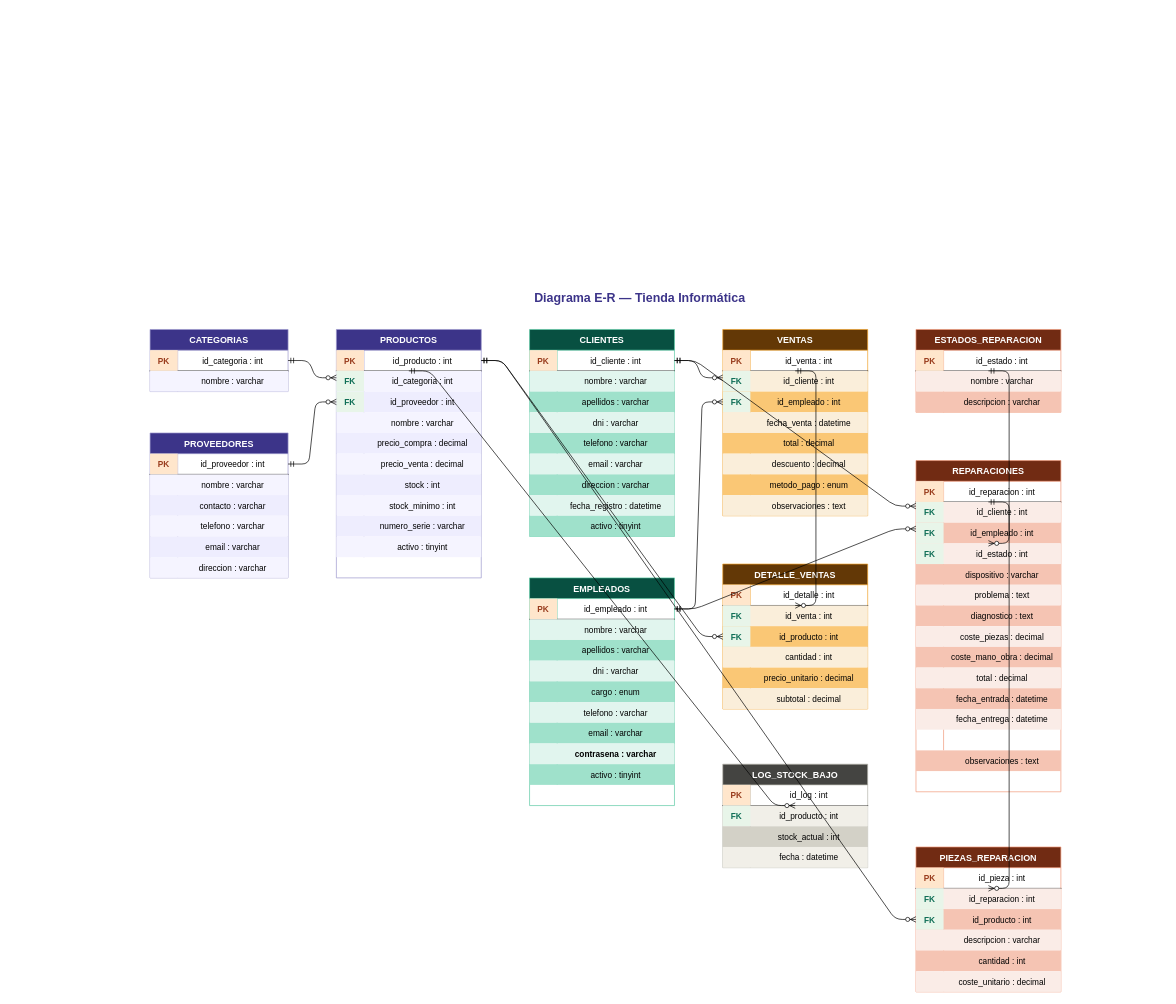
ivansc06/DesafioCSI1-Grupo1 keeps this draw.io diagram as Base_De_Datos/er_tienda_informatica.drawio. Above is the earlier version. Source tidied: cells renumbered, new cells numbered last; positions are measured from the earlier drawing's top-left corner, leaving out a move shared by most shapes. Both pictures are drawn from the tidied source at 69%, with x=0, y=0 at pixel (150, 288).
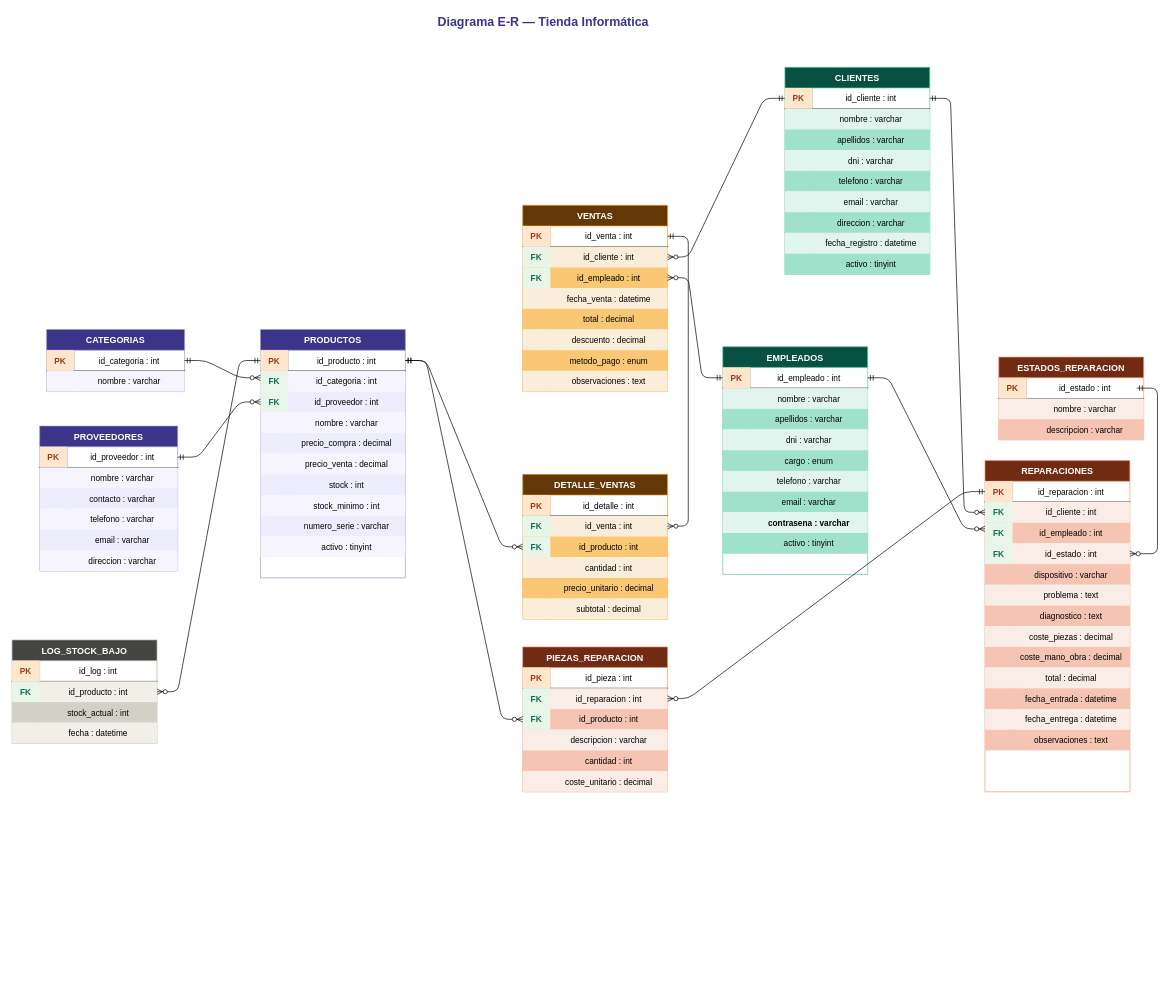
The same page after the edit.

Commit message:
Actualización del diagrama E-R, he terminado de hacer las relaciones

Unchanged cells that the change refers to:
```xml
<mxCell id="30" style="shape=tableRow;horizontal=0;startSize=0;swimlaneHead=0;swimlaneBody=0;fillColor=none;points=[[0,0.5],[1,0.5]];portConstraint=eastwest;fontSize=12;top=0;left=0;right=0;bottom=1;" parent="29" vertex="1">
  <mxGeometry y="30" width="210" height="30" as="geometry" />
</mxCell>
<mxCell id="61" style="shape=tableRow;horizontal=0;startSize=0;swimlaneHead=0;swimlaneBody=0;fillColor=none;points=[[0,0.5],[1,0.5]];portConstraint=eastwest;fontSize=12;top=0;left=0;right=0;bottom=1;" parent="60" vertex="1">
  <mxGeometry y="30" width="210" height="30" as="geometry" />
</mxCell>
<mxCell id="89" style="shape=tableRow;horizontal=0;startSize=0;swimlaneHead=0;swimlaneBody=0;fillColor=none;points=[[0,0.5],[1,0.5]];portConstraint=eastwest;fontSize=12;top=0;left=0;right=0;bottom=1;" parent="88" vertex="1">
  <mxGeometry y="30" width="210" height="30" as="geometry" />
</mxCell>
<mxCell id="117" style="shape=tableRow;horizontal=0;startSize=0;swimlaneHead=0;swimlaneBody=0;fillColor=none;points=[[0,0.5],[1,0.5]];portConstraint=eastwest;fontSize=12;top=0;left=0;right=0;bottom=1;" parent="116" vertex="1">
  <mxGeometry y="30" width="210" height="30" as="geometry" />
</mxCell>
<mxCell id="120" style="shape=tableRow;horizontal=0;startSize=0;swimlaneHead=0;swimlaneBody=0;fillColor=#FAEEDA;points=[[0,0.5],[1,0.5]];portConstraint=eastwest;fontSize=12;top=0;left=0;right=0;bottom=0;" parent="116" vertex="1">
  <mxGeometry y="60" width="210" height="30" as="geometry" />
</mxCell>
<mxCell id="123" style="shape=tableRow;horizontal=0;startSize=0;swimlaneHead=0;swimlaneBody=0;fillColor=#FAC775;points=[[0,0.5],[1,0.5]];portConstraint=eastwest;fontSize=12;top=0;left=0;right=0;bottom=0;" parent="116" vertex="1">
  <mxGeometry y="90" width="210" height="30" as="geometry" />
</mxCell>
<mxCell id="145" style="shape=tableRow;horizontal=0;startSize=0;swimlaneHead=0;swimlaneBody=0;fillColor=#FAEEDA;points=[[0,0.5],[1,0.5]];portConstraint=eastwest;fontSize=12;top=0;left=0;right=0;bottom=0;" parent="141" vertex="1">
  <mxGeometry y="60" width="210" height="30" as="geometry" />
</mxCell>
<mxCell id="161" style="shape=tableRow;horizontal=0;startSize=0;swimlaneHead=0;swimlaneBody=0;fillColor=none;points=[[0,0.5],[1,0.5]];portConstraint=eastwest;fontSize=12;top=0;left=0;right=0;bottom=1;" parent="160" vertex="1">
  <mxGeometry y="30" width="210" height="30" as="geometry" />
</mxCell>
<mxCell id="171" style="shape=tableRow;horizontal=0;startSize=0;swimlaneHead=0;swimlaneBody=0;fillColor=none;points=[[0,0.5],[1,0.5]];portConstraint=eastwest;fontSize=12;top=0;left=0;right=0;bottom=1;" parent="170" vertex="1">
  <mxGeometry y="30" width="210" height="30" as="geometry" />
</mxCell>
<mxCell id="174" style="shape=tableRow;horizontal=0;startSize=0;swimlaneHead=0;swimlaneBody=0;fillColor=#FAECE7;points=[[0,0.5],[1,0.5]];portConstraint=eastwest;fontSize=12;top=0;left=0;right=0;bottom=0;" parent="170" vertex="1">
  <mxGeometry y="60" width="210" height="30" as="geometry" />
</mxCell>
<mxCell id="180" style="shape=tableRow;horizontal=0;startSize=0;swimlaneHead=0;swimlaneBody=0;fillColor=#FAECE7;points=[[0,0.5],[1,0.5]];portConstraint=eastwest;fontSize=12;top=0;left=0;right=0;bottom=0;" parent="170" vertex="1">
  <mxGeometry y="120" width="210" height="30" as="geometry" />
</mxCell>
<mxCell id="214" style="shape=tableRow;horizontal=0;startSize=0;swimlaneHead=0;swimlaneBody=0;fillColor=#FAECE7;points=[[0,0.5],[1,0.5]];portConstraint=eastwest;fontSize=12;top=0;left=0;right=0;bottom=0;" parent="210" vertex="1">
  <mxGeometry y="60" width="210" height="30" as="geometry" />
</mxCell>
<mxCell id="217" style="shape=tableRow;horizontal=0;startSize=0;swimlaneHead=0;swimlaneBody=0;fillColor=#F5C4B3;points=[[0,0.5],[1,0.5]];portConstraint=eastwest;fontSize=12;top=0;left=0;right=0;bottom=0;" parent="210" vertex="1">
  <mxGeometry y="90" width="210" height="30" as="geometry" />
</mxCell>
<mxCell id="233" style="shape=tableRow;horizontal=0;startSize=0;swimlaneHead=0;swimlaneBody=0;fillColor=#F1EFE8;points=[[0,0.5],[1,0.5]];portConstraint=eastwest;fontSize=12;top=0;left=0;right=0;bottom=0;" parent="229" vertex="1">
  <mxGeometry y="60" width="210" height="30" as="geometry" />
</mxCell>
```

What changed in the source:
```diff
@@
     <mxCell id="2" value="Diagrama E-R — Tienda Informática" style="text;html=1;strokeColor=none;fillColor=none;align=center;verticalAlign=middle;whiteSpace=wrap;rounded=0;fontSize=18;fontStyle=1;fontColor=#3C3489;" parent="1" vertex="1">
-      <mxGeometry x="360" width="700" height="30" as="geometry" />
+      <mxGeometry x="220" y="-400" width="700" height="30" as="geometry" />
     </mxCell>
     <mxCell id="3" value="CATEGORIAS" style="shape=table;startSize=30;childLayout=tableLayout;rowLines=0;fontStyle=1;align=center;fontSize=13;fillColor=#3C3489;fontColor=#ffffff;strokeColor=#9B97CC;" parent="1" vertex="1">
-      <mxGeometry y="60" width="200" height="90" as="geometry" />
+      <mxGeometry x="-150" y="60" width="200" height="90" as="geometry" />
     </mxCell>
@@
     <mxCell id="10" value="PROVEEDORES" style="shape=table;startSize=30;childLayout=tableLayout;rowLines=0;fontStyle=1;align=center;fontSize=13;fillColor=#3C3489;fontColor=#ffffff;strokeColor=#9B97CC;" parent="1" vertex="1">
-      <mxGeometry y="210" width="200" height="210" as="geometry" />
+      <mxGeometry x="-160" y="200" width="200" height="210" as="geometry" />
     </mxCell>
@@
     <mxCell id="29" value="PRODUCTOS" style="shape=table;startSize=30;childLayout=tableLayout;rowLines=0;fontStyle=1;align=center;fontSize=13;fillColor=#3C3489;fontColor=#ffffff;strokeColor=#9B97CC;" parent="1" vertex="1">
-      <mxGeometry x="270" y="60" width="210" height="360" as="geometry" />
+      <mxGeometry x="160" y="60" width="210" height="360" as="geometry" />
     </mxCell>
@@
     <mxCell id="60" value="CLIENTES" style="shape=table;startSize=30;childLayout=tableLayout;rowLines=0;fontStyle=1;align=center;fontSize=13;fillColor=#085041;fontColor=#ffffff;strokeColor=#5DCAA5;" parent="1" vertex="1">
-      <mxGeometry x="550" y="60" width="210" height="300" as="geometry" />
+      <mxGeometry x="920" y="-320" width="210" height="300" as="geometry" />
     </mxCell>
@@
     <mxCell id="88" value="EMPLEADOS" style="shape=table;startSize=30;childLayout=tableLayout;rowLines=0;fontStyle=1;align=center;fontSize=13;fillColor=#085041;fontColor=#ffffff;strokeColor=#5DCAA5;" parent="1" vertex="1">
-      <mxGeometry x="550" y="420" width="210" height="330" as="geometry" />
+      <mxGeometry x="830" y="85" width="210" height="330" as="geometry" />
     </mxCell>
@@
     <mxCell id="116" value="VENTAS" style="shape=table;startSize=30;childLayout=tableLayout;rowLines=0;fontStyle=1;align=center;fontSize=13;fillColor=#633806;fontColor=#ffffff;strokeColor=#EF9F27;" parent="1" vertex="1">
-      <mxGeometry x="830" y="60" width="210" height="270" as="geometry" />
+      <mxGeometry x="540" y="-120" width="210" height="270" as="geometry" />
     </mxCell>
@@
     <mxCell id="141" value="DETALLE_VENTAS" style="shape=table;startSize=30;childLayout=tableLayout;rowLines=0;fontStyle=1;align=center;fontSize=13;fillColor=#633806;fontColor=#ffffff;strokeColor=#EF9F27;" parent="1" vertex="1">
-      <mxGeometry x="830" y="400" width="210" height="210" as="geometry" />
+      <mxGeometry x="540" y="270" width="210" height="210" as="geometry" />
     </mxCell>
@@
     <mxCell id="160" value="ESTADOS_REPARACION" style="shape=table;startSize=30;childLayout=tableLayout;rowLines=0;fontStyle=1;align=center;fontSize=13;fillColor=#712B13;fontColor=#ffffff;strokeColor=#F0997B;" parent="1" vertex="1">
-      <mxGeometry x="1110" y="60" width="210" height="120" as="geometry" />
+      <mxGeometry x="1230" y="100" width="210" height="120" as="geometry" />
     </mxCell>
@@
     <mxCell id="170" value="REPARACIONES" style="shape=table;startSize=30;childLayout=tableLayout;rowLines=0;fontStyle=1;align=center;fontSize=13;fillColor=#712B13;fontColor=#ffffff;strokeColor=#F0997B;" parent="1" vertex="1">
-      <mxGeometry x="1110" y="250" width="210" height="480" as="geometry" />
+      <mxGeometry x="1210" y="250" width="210" height="480" as="geometry" />
     </mxCell>
@@
     <mxCell id="207" style="shape=tableRow;horizontal=0;startSize=0;swimlaneHead=0;swimlaneBody=0;fillColor=#F5C4B3;fontSize=12;top=0;left=0;right=0;bottom=0;" parent="170" vertex="1">
-      <mxGeometry y="420" width="210" height="30" as="geometry" />
+      <mxGeometry y="390" width="210" height="30" as="geometry" />
     </mxCell>
@@
     <mxCell id="210" value="PIEZAS_REPARACION" style="shape=table;startSize=30;childLayout=tableLayout;rowLines=0;fontStyle=1;align=center;fontSize=13;fillColor=#712B13;fontColor=#ffffff;strokeColor=#F0997B;" parent="1" vertex="1">
-      <mxGeometry x="1110" y="810" width="210" height="210" as="geometry" />
+      <mxGeometry x="540" y="520" width="210" height="210" as="geometry" />
     </mxCell>
@@
     <mxCell id="229" value="LOG_STOCK_BAJO" style="shape=table;startSize=30;childLayout=tableLayout;rowLines=0;fontStyle=1;align=center;fontSize=13;fillColor=#444441;fontColor=#ffffff;strokeColor=#B4B2A9;" parent="1" vertex="1">
-      <mxGeometry x="830" y="690" width="210" height="150" as="geometry" />
+      <mxGeometry x="-200" y="510" width="210" height="150" as="geometry" />
     </mxCell>
@@
-    <mxCell id="244" style="edgeStyle=entityRelationEdgeStyle;endArrow=ERzeroToMany;startArrow=ERmandOne;exitX=1;exitY=0.5;entryX=0;entryY=0.333;" parent="1" edge="1" source="61" target="120">
+    <mxCell id="244" style="edgeStyle=entityRelationEdgeStyle;endArrow=ERzeroToMany;startArrow=ERmandOne;exitX=0;exitY=0.5;exitDx=0;exitDy=0;entryX=1;entryY=0.5;entryDx=0;entryDy=0;" parent="1" edge="1" source="61" target="120">
       <mxGeometry relative="1" as="geometry" />
     </mxCell>
-    <mxCell id="245" style="edgeStyle=entityRelationEdgeStyle;endArrow=ERzeroToMany;startArrow=ERmandOne;exitX=1;exitY=0.5;entryX=0;entryY=0.5;" parent="1" edge="1" source="89" target="123">
+    <mxCell id="245" style="edgeStyle=entityRelationEdgeStyle;endArrow=ERzeroToMany;startArrow=ERmandOne;exitX=0;exitY=0.5;entryX=1;entryY=0.5;entryDx=0;entryDy=0;exitDx=0;exitDy=0;" parent="1" edge="1" source="89" target="123">
       <mxGeometry relative="1" as="geometry" />
     </mxCell>
-    <mxCell id="246" style="edgeStyle=entityRelationEdgeStyle;endArrow=ERzeroToMany;startArrow=ERmandOne;exitX=0.5;exitY=1;entryX=0.5;entryY=0;" parent="1" edge="1" source="117" target="145">
-      <mxGeometry relative="1" as="geometry" />
+    <mxCell id="246" style="edgeStyle=entityRelationEdgeStyle;endArrow=ERzeroToMany;startArrow=ERmandOne;exitX=1;exitY=0.5;exitDx=0;exitDy=0;entryX=1;entryY=0.5;entryDx=0;entryDy=0;" parent="1" edge="1" source="117" target="145">
+      <mxGeometry relative="1" as="geometry">
+        <Array as="points">
+          <mxPoint x="1060" y="290" />
+          <mxPoint x="1070" y="280" />
+          <mxPoint x="1070" y="370" />
+          <mxPoint x="1010" y="400" />
+          <mxPoint x="1070" y="370" />
+        </Array>
+      </mxGeometry>
     </mxCell>
@@
-    <mxCell id="248" style="edgeStyle=entityRelationEdgeStyle;endArrow=ERzeroToMany;startArrow=ERmandOne;exitX=1;exitY=0.5;entryX=0;entryY=0.2;" parent="1" edge="1" source="61" target="174">
-      <mxGeometry relative="1" as="geometry" />
+    <mxCell id="248" style="edgeStyle=entityRelationEdgeStyle;endArrow=ERzeroToMany;startArrow=ERmandOne;exitX=1;exitY=0.5;entryX=0;entryY=0.5;entryDx=0;entryDy=0;" parent="1" edge="1" source="61" target="174">
+      <mxGeometry relative="1" as="geometry">
+        <Array as="points">
+          <mxPoint x="1500" y="-280" />
+          <mxPoint x="920" y="30" />
+        </Array>
+      </mxGeometry>
     </mxCell>
@@
-    <mxCell id="250" style="edgeStyle=entityRelationEdgeStyle;endArrow=ERzeroToMany;startArrow=ERmandOne;exitX=0.5;exitY=1;entryX=0.5;entryY=0;" parent="1" edge="1" source="161" target="180">
-      <mxGeometry relative="1" as="geometry" />
+    <mxCell id="250" style="edgeStyle=entityRelationEdgeStyle;endArrow=ERzeroToMany;startArrow=ERmandOne;" parent="1" edge="1" target="180">
+      <mxGeometry relative="1" as="geometry">
+        <mxPoint x="1430" y="145" as="sourcePoint" />
+      </mxGeometry>
     </mxCell>
-    <mxCell id="251" style="edgeStyle=entityRelationEdgeStyle;endArrow=ERzeroToMany;startArrow=ERmandOne;exitX=0.5;exitY=1;entryX=0.5;entryY=0;" parent="1" edge="1" source="171" target="214">
+    <mxCell id="251" style="edgeStyle=entityRelationEdgeStyle;endArrow=ERzeroToMany;startArrow=ERmandOne;exitX=0;exitY=0.5;exitDx=0;exitDy=0;" parent="1" edge="1" source="171" target="214">
       <mxGeometry relative="1" as="geometry" />
     </mxCell>
     <mxCell id="252" style="edgeStyle=entityRelationEdgeStyle;endArrow=ERzeroToMany;startArrow=ERmandOne;exitX=1;exitY=0.5;entryX=0;entryY=0.5;" parent="1" edge="1" source="30" target="217">
-      <mxGeometry relative="1" as="geometry" />
+      <mxGeometry relative="1" as="geometry">
+        <Array as="points">
+          <mxPoint x="490" y="290" />
+        </Array>
+      </mxGeometry>
     </mxCell>
-    <mxCell id="253" style="edgeStyle=entityRelationEdgeStyle;endArrow=ERzeroToMany;startArrow=ERmandOne;exitX=0.5;exitY=1;entryX=0.5;entryY=0;" parent="1" edge="1" source="30" target="233">
+    <mxCell id="253" style="edgeStyle=entityRelationEdgeStyle;endArrow=ERzeroToMany;startArrow=ERmandOne;exitX=0;exitY=0.5;entryX=1;entryY=0.5;entryDx=0;entryDy=0;exitDx=0;exitDy=0;" parent="1" edge="1" source="30" target="233">
       <mxGeometry relative="1" as="geometry" />
     </mxCell>
```
